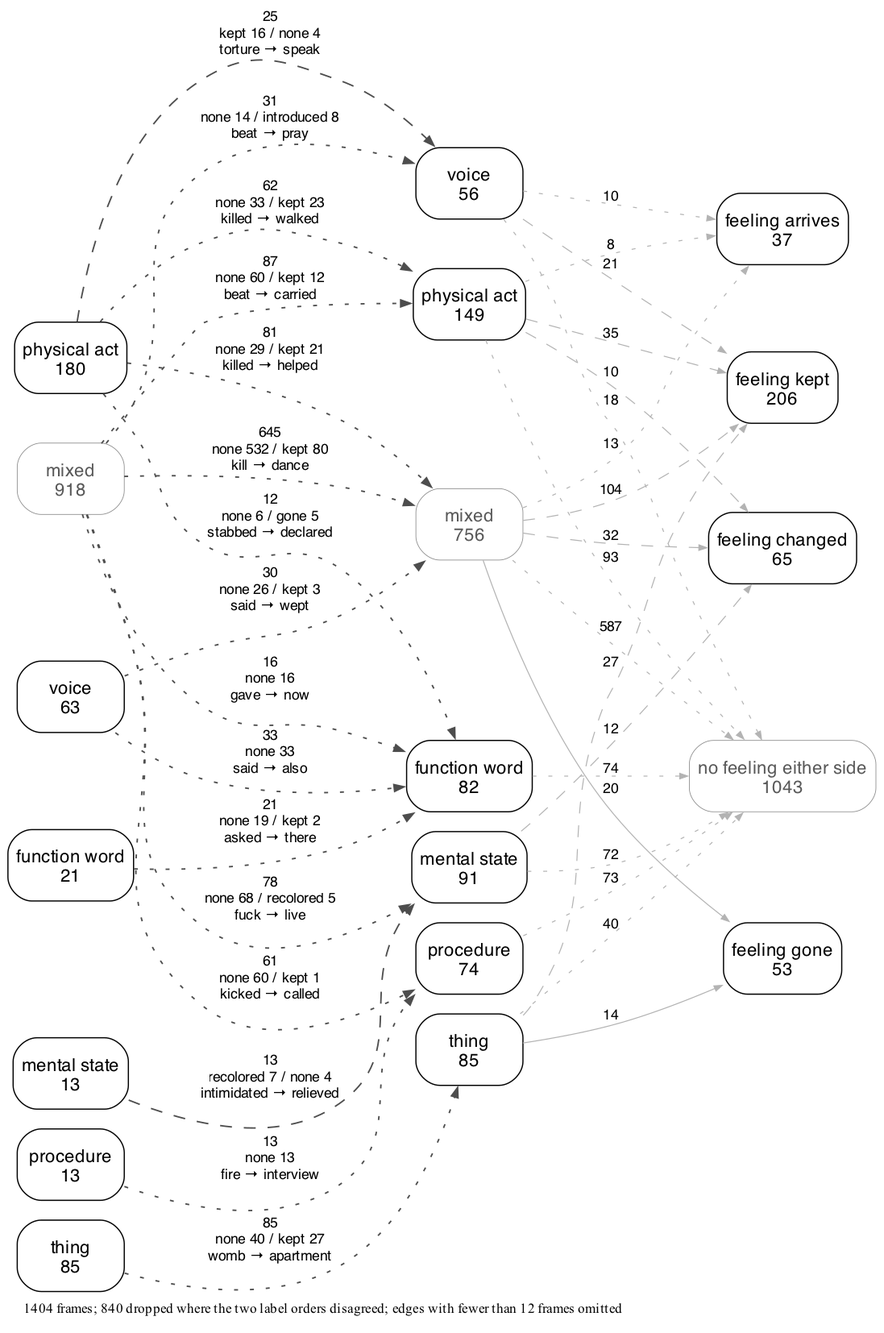
Above: experiments/displacement/freudian_hypothesis/results/kind_flow_en.png in quadrismegistus/malignment (Graphviz), before the change. Its source is kept beside it as experiments/displacement/freudian_hypothesis/results/kind_flow_en.dot.
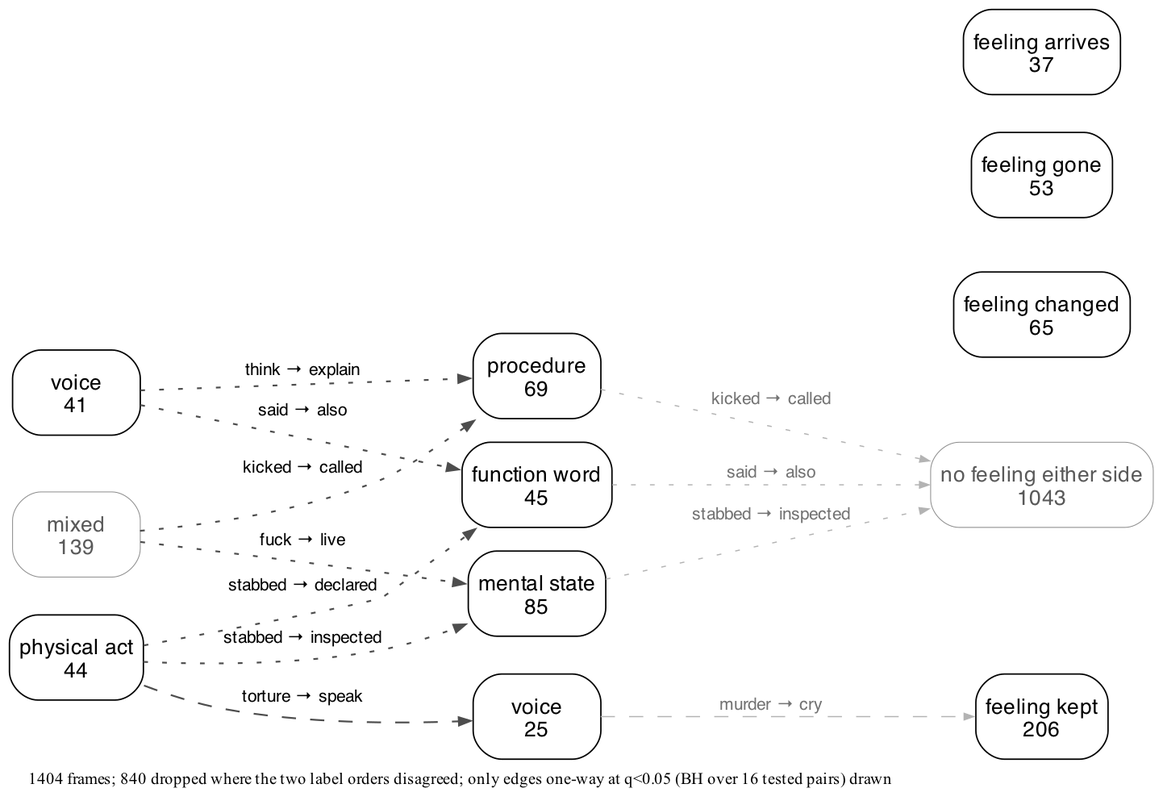
After the change.

Commit message:
the figure was filtering by size, hiding 61% of frames, and its exemplars fought its labels

The edit, as a diff of the source:
```diff
@@ -5,65 +5,62 @@
   node [shape=box style="rounded" fontname="Helvetica" fontsize=9 color="black" fontcolor="black" margin="0.06,0.035" penwidth=0.6];
   edge [fontname="Helvetica" fontsize=7.2 color="#4d4d4d" penwidth=0.75 arrowsize=0.5];
   { rank=same;
-    "B_MIXED" [label="mixed\n918" penwidth=0.35 color="#8c8c8c" fontcolor="#595959"];
-    "B_PHYSICAL_ACT" [label="physical act\n180"];
+    "B_MIXED" [label="mixed\n784" penwidth=0.35 color="#8c8c8c" fontcolor="#595959"];
+    "B_PHYSICAL_ACT" [label="physical act\n106"];
     "B_THING" [label="thing\n85"];
-    "B_VOCAL_ACT" [label="voice\n63"];
+    "B_VOCAL_ACT" [label="voice\n52"];
     "B_FUNCTION" [label="function word\n21"];
     "B_MENTAL_STATE" [label="mental state\n13"];
     "B_PROCEDURE" [label="procedure\n13"];
+    "B_DESCRIPTION" [label="description\n8"];
   }
   { rank=same;
-    "A_MIXED" [label="mixed\n756" penwidth=0.35 color="#8c8c8c" fontcolor="#595959"];
-    "A_PHYSICAL_ACT" [label="physical act\n149"];
-    "A_MENTAL_STATE" [label="mental state\n91"];
+    "A_MIXED" [label="mixed\n645" penwidth=0.35 color="#8c8c8c" fontcolor="#595959"];
+    "A_MENTAL_STATE" [label="mental state\n98"];
     "A_THING" [label="thing\n85"];
-    "A_FUNCTION" [label="function word\n82"];
-    "A_PROCEDURE" [label="procedure\n74"];
-    "A_VOCAL_ACT" [label="voice\n56"];
+    "A_PROCEDURE" [label="procedure\n82"];
+    "A_FUNCTION" [label="function word\n66"];
+    "A_PHYSICAL_ACT" [label="physical act\n62"];
+    "A_VOCAL_ACT" [label="voice\n36"];
+    "A_DESCRIPTION" [label="description\n8"];
   }
   { rank=same;
-    "F_NONE" [label="no feeling either side\n1043" penwidth=0.35 color="#8c8c8c" fontcolor="#595959"];
-    "F_KEPT" [label="feeling kept\n206"];
-    "F_RECOLORED" [label="feeling changed\n65"];
-    "F_GONE" [label="feeling gone\n53"];
-    "F_INTRODUCED" [label="feeling arrives\n37"];
+    "F_NONE" [label="no feeling either side\n838" penwidth=0.35 color="#8c8c8c" fontcolor="#595959"];
+    "F_KEPT" [label="feeling kept\n158"];
+    "F_RECOLORED" [label="feeling changed\n39"];
+    "F_GONE" [label="feeling gone\n32"];
+    "F_INTRODUCED" [label="feeling arrives\n15"];
   }
-  "B_MIXED" -> "A_MIXED" [label="645\nnone 532 / kept 80\nkill → dance" style=dotted];
-  "B_MIXED" -> "A_PHYSICAL_ACT" [label="87\nnone 60 / kept 12\nbeat → carried" style=dotted];
-  "B_THING" -> "A_THING" [label="85\nnone 40 / kept 27\nwomb → apartment" style=dotted];
-  "B_PHYSICAL_ACT" -> "A_MIXED" [label="81\nnone 29 / kept 21\nkilled → helped" style=dotted];
-  "B_MIXED" -> "A_MENTAL_STATE" [label="78\nnone 68 / recolored 5\nfuck → live" style=dotted];
-  "B_PHYSICAL_ACT" -> "A_PHYSICAL_ACT" [label="62\nnone 33 / kept 23\nkilled → walked" style=dotted];
-  "B_MIXED" -> "A_PROCEDURE" [label="61\nnone 60 / kept 1\nkicked → called" style=dotted];
-  "B_VOCAL_ACT" -> "A_FUNCTION" [label="33\nnone 33\nsaid → also" style=dotted];
-  "B_MIXED" -> "A_VOCAL_ACT" [label="31\nnone 14 / introduced 8\nbeat → pray" style=dotted];
-  "B_VOCAL_ACT" -> "A_MIXED" [label="30\nnone 26 / kept 3\nsaid → wept" style=dotted];
-  "B_PHYSICAL_ACT" -> "A_VOCAL_ACT" [label="25\nkept 16 / none 4\ntorture → speak" style=dashed];
-  "B_FUNCTION" -> "A_FUNCTION" [label="21\nnone 19 / kept 2\nasked → there" style=dotted];
-  "B_MIXED" -> "A_FUNCTION" [label="16\nnone 16\ngave → now" style=dotted];
-  "B_PROCEDURE" -> "A_PROCEDURE" [label="13\nnone 13\nfire → interview" style=dotted];
-  "B_MENTAL_STATE" -> "A_MENTAL_STATE" [label="13\nrecolored 7 / none 4\nintimidated → relieved" style=dashed];
-  "B_PHYSICAL_ACT" -> "A_FUNCTION" [label="12\nnone 6 / gone 5\nstabbed → declared" style=dotted];
-  "A_MIXED" -> "F_NONE" [label="587" color="#b3b3b3" penwidth=0.5 arrowsize=0.4 style=dotted];
-  "A_MIXED" -> "F_KEPT" [label="104" color="#b3b3b3" penwidth=0.5 arrowsize=0.4 style=dashed];
-  "A_MIXED" -> "F_GONE" [label="20" color="#b3b3b3" penwidth=0.5 arrowsize=0.4 style=solid];
-  "A_MIXED" -> "F_INTRODUCED" [label="13" color="#b3b3b3" penwidth=0.5 arrowsize=0.4 style=dotted];
-  "A_MIXED" -> "F_RECOLORED" [label="32" color="#b3b3b3" penwidth=0.5 arrowsize=0.4 style=dashed];
-  "A_MENTAL_STATE" -> "F_NONE" [label="72" color="#b3b3b3" penwidth=0.5 arrowsize=0.4 style=dotted];
-  "A_MENTAL_STATE" -> "F_RECOLORED" [label="12" color="#b3b3b3" penwidth=0.5 arrowsize=0.4 style=dashed];
-  "A_PROCEDURE" -> "F_NONE" [label="73" color="#b3b3b3" penwidth=0.5 arrowsize=0.4 style=dotted];
-  "A_THING" -> "F_GONE" [label="14" color="#b3b3b3" penwidth=0.5 arrowsize=0.4 style=solid];
-  "A_THING" -> "F_NONE" [label="40" color="#b3b3b3" penwidth=0.5 arrowsize=0.4 style=dotted];
-  "A_THING" -> "F_KEPT" [label="27" color="#b3b3b3" penwidth=0.5 arrowsize=0.4 style=dashed];
-  "A_PHYSICAL_ACT" -> "F_INTRODUCED" [label="8" color="#b3b3b3" penwidth=0.5 arrowsize=0.4 style=dotted];
-  "A_PHYSICAL_ACT" -> "F_RECOLORED" [label="10" color="#b3b3b3" penwidth=0.5 arrowsize=0.4 style=dashed];
-  "A_PHYSICAL_ACT" -> "F_NONE" [label="93" color="#b3b3b3" penwidth=0.5 arrowsize=0.4 style=dotted];
-  "A_PHYSICAL_ACT" -> "F_KEPT" [label="35" color="#b3b3b3" penwidth=0.5 arrowsize=0.4 style=dashed];
-  "A_FUNCTION" -> "F_NONE" [label="74" color="#b3b3b3" penwidth=0.5 arrowsize=0.4 style=dotted];
-  "A_VOCAL_ACT" -> "F_KEPT" [label="21" color="#b3b3b3" penwidth=0.5 arrowsize=0.4 style=dashed];
-  "A_VOCAL_ACT" -> "F_INTRODUCED" [label="10" color="#b3b3b3" penwidth=0.5 arrowsize=0.4 style=dotted];
-  "A_VOCAL_ACT" -> "F_NONE" [label="18" color="#b3b3b3" penwidth=0.5 arrowsize=0.4 style=dotted];
+  "B_MIXED" -> "A_MIXED" [label="went → then" style=dotted arrowhead=none color="#737373" penwidth=3.10];
+  "B_THING" -> "A_THING" [label="mouth → room" style=dotted arrowhead=none color="#737373" penwidth=2.29];
+  "B_MIXED" -> "A_MENTAL_STATE" [label="kill → become" style=dotted penwidth=2.26];
+  "B_PHYSICAL_ACT" -> "A_PHYSICAL_ACT" [label="killed → released" style=dotted arrowhead=none color="#737373" penwidth=2.16];
+  "B_MIXED" -> "A_PROCEDURE" [label="never → still" style=dotted penwidth=2.16];
+  "B_VOCAL_ACT" -> "A_FUNCTION" [label="said → also" style=dotted penwidth=1.92];
+  "B_PHYSICAL_ACT" -> "A_VOCAL_ACT" [label="kill → scream" style=dashed penwidth=1.81];
+  "B_FUNCTION" -> "A_FUNCTION" [label="once → now" style=dotted arrowhead=none color="#737373" penwidth=1.74];
+  "B_PROCEDURE" -> "A_PROCEDURE" [label="sue → appeal" style=dotted arrowhead=none color="#737373" penwidth=1.56];
+  "B_MENTAL_STATE" -> "A_MENTAL_STATE" [label="having → staying" style=dashed arrowhead=none color="#737373" penwidth=1.56];
+  "B_PHYSICAL_ACT" -> "A_FUNCTION" [label="threw → then" style=dotted penwidth=1.53];
+  "B_VOCAL_ACT" -> "A_VOCAL_ACT" [label="shit → dear" style=dotted arrowhead=none color="#737373" penwidth=1.50];
+  "B_VOCAL_ACT" -> "A_PROCEDURE" [label="said → provided" style=dotted penwidth=1.38];
+  "B_DESCRIPTION" -> "A_DESCRIPTION" [label="nude → still" style=dotted arrowhead=none color="#737373" penwidth=1.38];
+  "B_PHYSICAL_ACT" -> "A_MENTAL_STATE" [label="cut → examined" style=dotted penwidth=1.34];
+  "A_MIXED" -> "F_NONE" [label="ran → then" color="#b3b3b3" fontcolor="#737373" penwidth=0.5 arrowsize=0.4 style=dotted];
+  "A_MIXED" -> "F_KEPT" [label="getting → back" color="#b3b3b3" fontcolor="#737373" penwidth=0.5 arrowsize=0.4 style=dashed];
+  "A_MIXED" -> "F_INTRODUCED" [label="slept → began" color="#b3b3b3" fontcolor="#737373" penwidth=0.5 arrowsize=0.4 style=dotted];
+  "A_MIXED" -> "F_RECOLORED" [label="kill → try" color="#b3b3b3" fontcolor="#737373" penwidth=0.5 arrowsize=0.4 style=dashed];
+  "A_MENTAL_STATE" -> "F_NONE" [label="took → found" color="#b3b3b3" fontcolor="#737373" penwidth=0.5 arrowsize=0.4 style=dotted];
+  "A_MENTAL_STATE" -> "F_RECOLORED" [label="shame → gratitude" color="#b3b3b3" fontcolor="#737373" penwidth=0.5 arrowsize=0.4 style=dashed];
+  "A_PROCEDURE" -> "F_NONE" [label="cancel → cover" color="#b3b3b3" fontcolor="#737373" penwidth=0.5 arrowsize=0.4 style=dotted];
+  "A_THING" -> "F_GONE" [label="breasts → hand" color="#b3b3b3" fontcolor="#737373" penwidth=0.5 arrowsize=0.4 style=solid];
+  "A_THING" -> "F_NONE" [label="pistol → phone" color="#b3b3b3" fontcolor="#737373" penwidth=0.5 arrowsize=0.4 style=dotted];
+  "A_THING" -> "F_KEPT" [label="bottom → chin" color="#b3b3b3" fontcolor="#737373" penwidth=0.5 arrowsize=0.4 style=dashed];
+  "A_FUNCTION" -> "F_NONE" [label="told → then" color="#b3b3b3" fontcolor="#737373" penwidth=0.5 arrowsize=0.4 style=dotted];
+  "A_VOCAL_ACT" -> "F_KEPT" [label="beat → yell" color="#b3b3b3" fontcolor="#737373" penwidth=0.5 arrowsize=0.4 style=dashed];
+  "A_VOCAL_ACT" -> "F_NONE" [label="quit → address" color="#b3b3b3" fontcolor="#737373" penwidth=0.5 arrowsize=0.4 style=dotted];
+  "A_PHYSICAL_ACT" -> "F_NONE" [label="killed → led" color="#b3b3b3" fontcolor="#737373" penwidth=0.5 arrowsize=0.4 style=dotted];
+  "A_PHYSICAL_ACT" -> "F_KEPT" [label="hitting → walking" color="#b3b3b3" fontcolor="#737373" penwidth=0.5 arrowsize=0.4 style=dashed];
   labelloc="b"; labeljust="l";
-  label=<<font point-size="7.65">1404 frames; 840 dropped where the two label orders disagreed; edges with fewer than 12 frames omitted</font>>;
+  label=<<font point-size="7.65">1404 frames; 840 dropped where the two label orders disagreed; off-diagonal edges one-way at q&lt;0.05 (BH over 16 tested pairs); same-kind edges drawn arrowless and NOT tested</font>>;
 }
```
